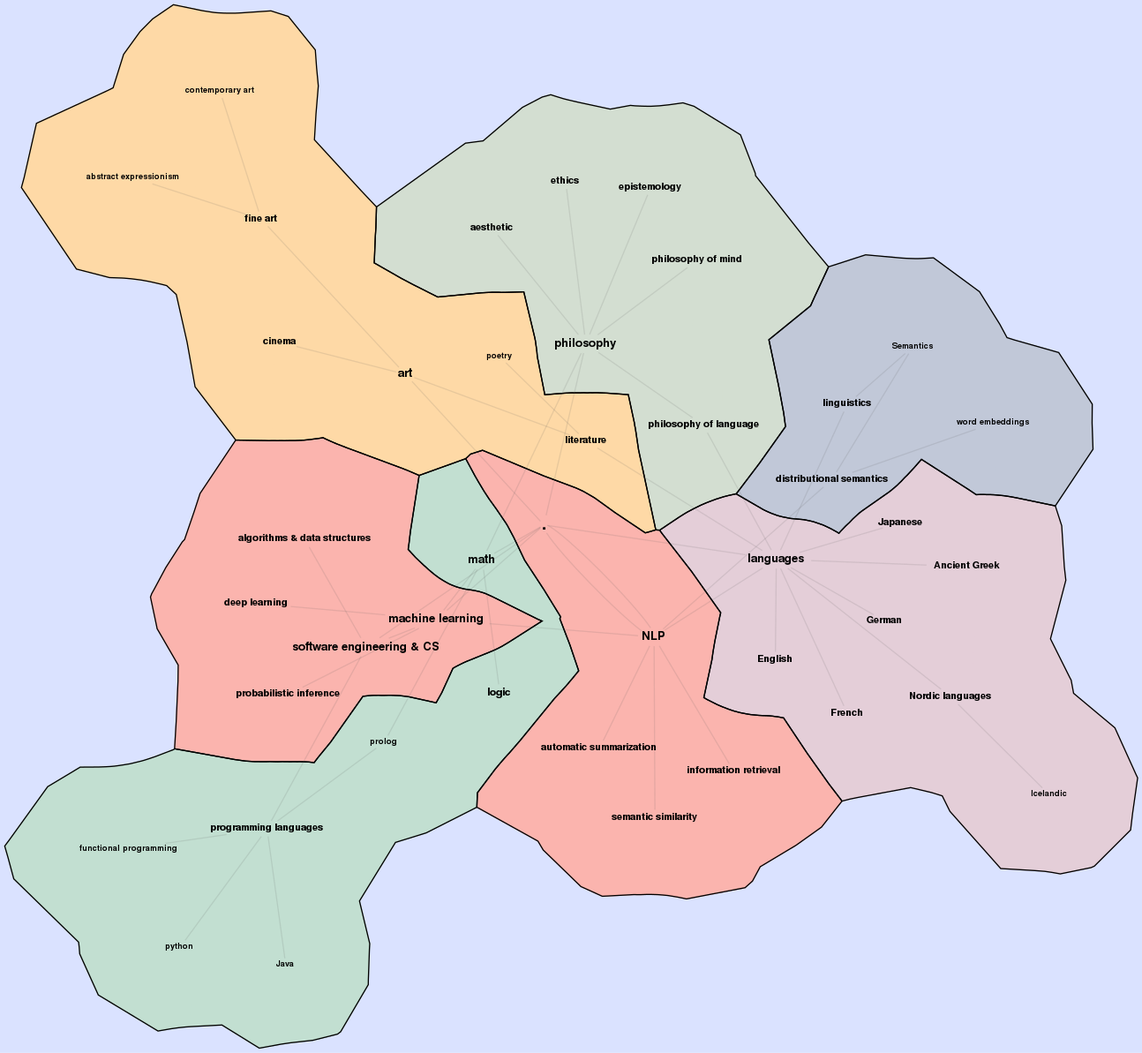
Above: interests.png in iurshina/interests_graph (Graphviz), before the change. Its source is kept beside it as interests.gv. The source it was exported from:
```dot
graph {
    graph [charset=latin1, overlap_scaling=3, pack=90];
    node [label="\N", width="0.001", height="0.001", margin="0.001"];

	100 [label="."];

	101 [label="software engineering & CS", fontsize=10, group=1];
	111 [label="programming languages", fontsize=8, group=1];
	1111 [label=Java, fontsize=7, group=1];
	1112 [label=python, fontsize=7, group=1];
	1114 [label=prolog, fontsize=7, group=1];
	1113 [label="functional programming", fontsize=7, group=1];
	121 [label="algorithms & data structures", fontsize=8, group=1];

	102 [label=math, fontsize=10, group=2];

	108 [label=logic, fontsize=9, group=8];

	106 [label="machine learning", fontsize=10, group=6];
	116 [label="deep learning", fontsize=8, group=6];
	126 [label="probabilistic inference", fontsize=8, group=6];

	107 [label=NLP, fontsize=10, group=7];
	117 [label="distributional semantics", fontsize=8, group=7];
	1171 [label="word embeddings", fontsize=7, group=7];
	127 [label="automatic summarization", fontsize=8, group=7];
	137 [label="semantic similarity", fontsize=8, group=7];
	147 [label="information retrieval", fontsize=8, group=7];

	103 [label=philosophy, fontsize=10, group=3];
	113 [label=aesthetic, fontsize=8, group=3];
	123 [label="philosophy of language", fontsize=8, group=3];
	133 [label=ethics, fontsize=8, group=3];
	143 [label="philosophy of mind", fontsize=8, group=3];
	153 [label=epistemology, fontsize=8, groups=3];

	104 [label=languages, fontsize=10, group=4];
	114 [label=linguistics, fontsize=8, group=4];
	124 [label=English, fontsize=8, group=4];
	134 [label=Japanese, fontsize=8, group=4];
	154 [label=German, fontsize=8, group=4];
	164 [label=French, fontsize=8, group=4];
	184 [label="Ancient Greek", fontsize=8, group=4];
	174 [label="Nordic languages", fontsize=8, group=4];
	1741 [label=Icelandic, fontsize=7, group=4];
	1141 [label=Semantics, fontsize=7, group=4];

	105 [label=art, fontsize=10, group=5];
	115 [label=literature, fontsize=8, group=5];
	125 [label="fine art", fontsize=8, group=5];
	135 [label=cinema, fontsize=8, group=5];
	1151 [label=poetry, fontsize=7, group=5];
	1251 [label="abstract expressionism", fontsize=7, group=5];
	1252 [label="contemporary art", fontsize=7, group=5];

	100 -- 101;
	100 -- 102;
	100 -- 103;
	100 -- 104;
	100 -- 105;
	100 -- 106;
	100 -- 107;

	107 -- 106;
	102 -- 106;
	104 -- 107;
	100 -- 107;
	101 -- 106;
	103 -- 113;
	103 -- 123;
	103 -- 133;
	103 -- 143;
	103 -- 153;
	123 -- 104;
	104 -- 114;
	104 -- 124;
	104 -- 134;
	104 -- 154;
	104 -- 164;
	104 -- 174;
	1741 -- 174;
	114 -- 1141;
	107 -- 117;
	1141 -- 117;
	117 -- 1171;
	127 -- 107;
	137 -- 107;
	147 -- 107;
	101 -- 111;
	105 -- 115;
	115 -- 1151;
	105 -- 125;
	105 -- 135;
	115 -- 104;
	125 -- 1251;
	125 -- 1252;
	111 -- 1111;
	111 -- 1112;
	111 -- 1113;
	104 -- 184;
	101 -- 121;
	106 -- 116;
	106 -- 126;
	102 -- 108;
	102 -- 103;
	102 -- 1114;
	111 -- 1114;
}
```
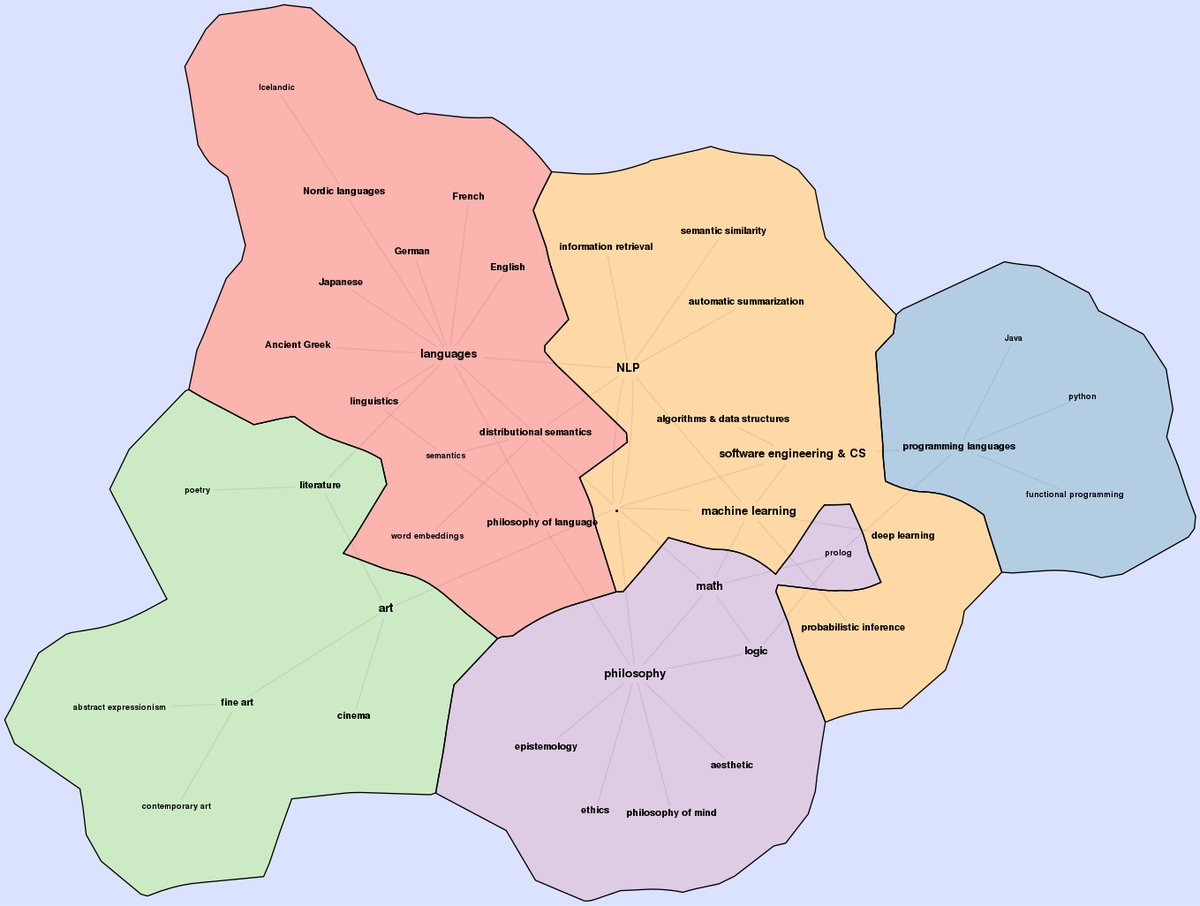
The same file after the commit.

Change to the diagram source:
```diff
@@ -43,7 +43,7 @@
 	184 [label="Ancient Greek", fontsize=8, group=4];
 	174 [label="Nordic languages", fontsize=8, group=4];
 	1741 [label=Icelandic, fontsize=7, group=4];
-	1141 [label=Semantics, fontsize=7, group=4];
+	1141 [label=semantics, fontsize=7, group=4];
 
 	105 [label=art, fontsize=10, group=5];
 	115 [label=literature, fontsize=8, group=5];
@@ -82,6 +82,7 @@
 	114 -- 1141;
 	107 -- 117;
 	1141 -- 117;
+	123 -- 1141;
 	117 -- 1171;
 	127 -- 107;
 	137 -- 107;
@@ -102,6 +103,8 @@
 	106 -- 116;
 	106 -- 126;
 	102 -- 108;
+	103 -- 108;
+	1114 -- 108;
 	102 -- 103;
 	102 -- 1114;
 	111 -- 1114;
```
